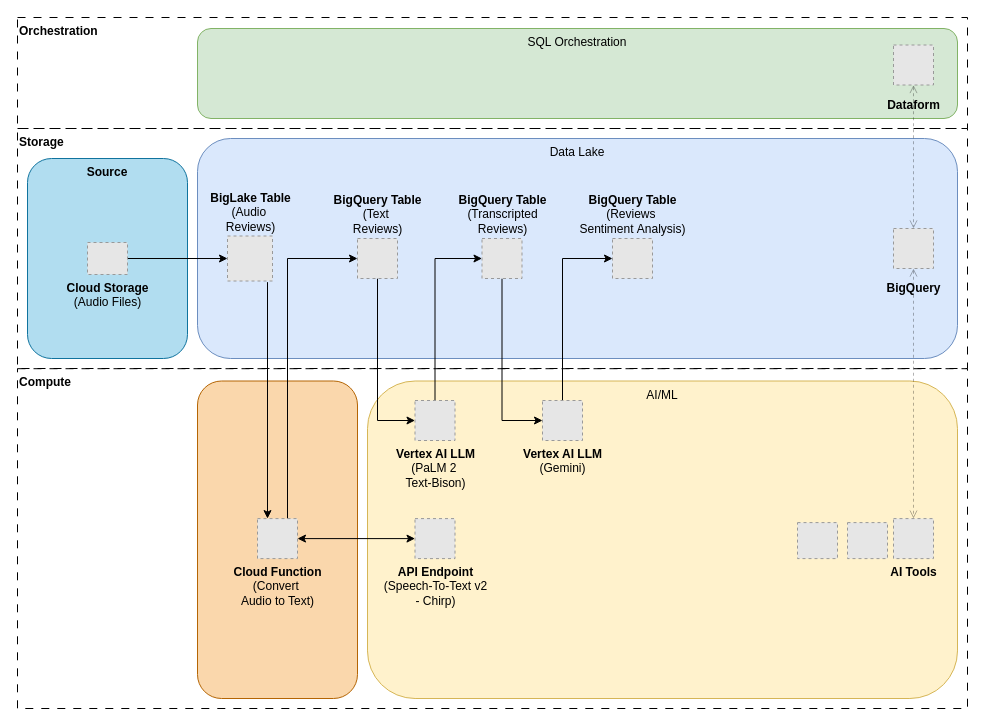
Earlier version of the draw.io diagram resources/gcd.drawio (edgarsalves/gcd-l24). Source tidied: cells renumbered, new cells numbered last; positions are measured from the earlier drawing's top-left corner, leaving out a move shared by most shapes. Both pictures are drawn from the tidied source at 100%, with x=0, y=0 at pixel (17, 17). Pictures stored in the file or linked from it are replaced by grey dashed boxes.
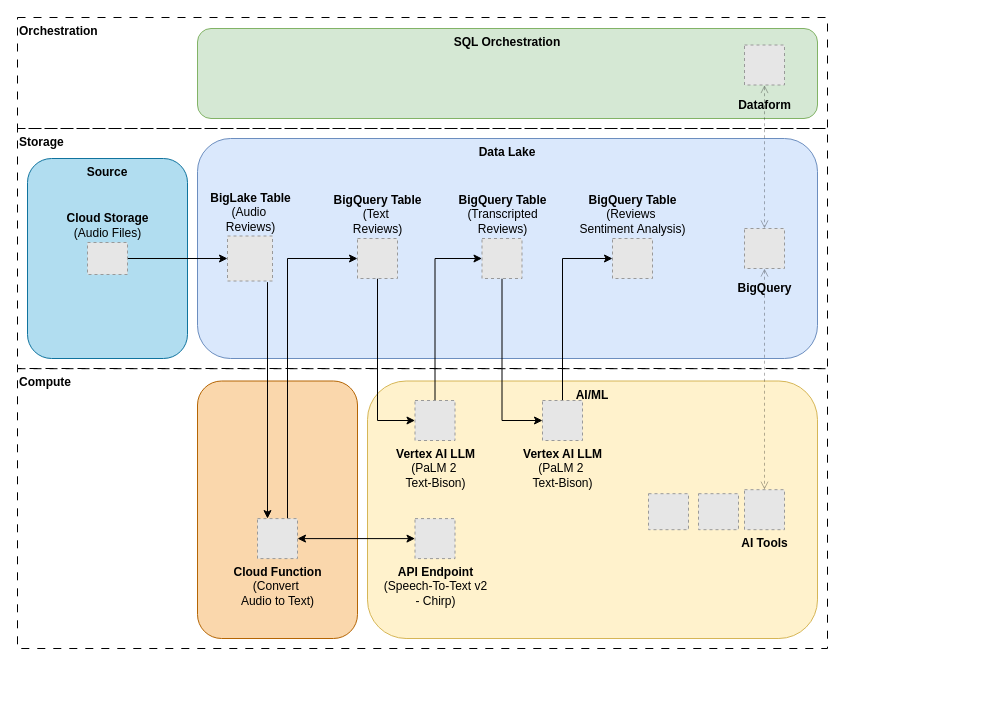
Above is the later version.

Commit message:
Update architecture diagram

What changed in the source:
```diff
@@
     <mxCell id="2" value="&lt;b&gt;Orchestration&lt;/b&gt;" style="rounded=0;whiteSpace=wrap;html=1;fillColor=none;verticalAlign=top;align=left;dashed=1;dashPattern=8 8;" parent="1" vertex="1">
-      <mxGeometry width="950" height="111" as="geometry" />
+      <mxGeometry width="810" height="111" as="geometry" />
     </mxCell>
     <mxCell id="3" value="&lt;b&gt;Storage&lt;/b&gt;" style="rounded=0;whiteSpace=wrap;html=1;fillColor=none;verticalAlign=top;align=left;dashed=1;dashPattern=8 8;" parent="1" vertex="1">
-      <mxGeometry y="111" width="950" height="240" as="geometry" />
+      <mxGeometry y="111" width="810" height="240" as="geometry" />
     </mxCell>
     <mxCell id="4" value="&lt;b&gt;Compute&lt;/b&gt;" style="rounded=0;whiteSpace=wrap;html=1;fillColor=none;verticalAlign=top;align=left;dashed=1;dashPattern=8 8;glass=0;" parent="1" vertex="1">
-      <mxGeometry y="351.2" width="950" height="339.8" as="geometry" />
+      <mxGeometry y="351.2" width="810" height="279.8" as="geometry" />
     </mxCell>
-    <mxCell id="5" value="AI/ML" style="rounded=1;whiteSpace=wrap;html=1;verticalAlign=top;align=center;fillColor=#fff2cc;strokeColor=#d6b656;" parent="1" vertex="1">
-      <mxGeometry x="350" y="363.5" width="590" height="317.5" as="geometry" />
+    <mxCell id="5" value="&lt;b&gt;AI/ML&lt;/b&gt;" style="rounded=1;whiteSpace=wrap;html=1;verticalAlign=top;align=center;fillColor=#fff2cc;strokeColor=#d6b656;" parent="1" vertex="1">
+      <mxGeometry x="350" y="363.5" width="450" height="257.5" as="geometry" />
     </mxCell>
@@
-    <mxCell id="7" value="SQL Orchestration" style="whiteSpace=wrap;html=1;align=center;glass=0;fillColor=#d5e8d4;strokeColor=#82b366;verticalAlign=top;rounded=1;" parent="1" vertex="1">
-      <mxGeometry x="180" y="11" width="760" height="90" as="geometry" />
+    <mxCell id="7" value="&lt;b&gt;SQL Orchestration&lt;/b&gt;" style="whiteSpace=wrap;html=1;align=center;glass=0;fillColor=#d5e8d4;strokeColor=#82b366;verticalAlign=top;rounded=1;" parent="1" vertex="1">
+      <mxGeometry x="180" y="11" width="620" height="90" as="geometry" />
     </mxCell>
-    <mxCell id="8" value="Data Lake" style="whiteSpace=wrap;html=1;verticalAlign=top;align=center;fillColor=#dae8fc;strokeColor=#6c8ebf;rounded=1;" parent="1" vertex="1">
-      <mxGeometry x="180" y="121" width="760" height="220" as="geometry" />
+    <mxCell id="8" value="&lt;b&gt;Data Lake&lt;/b&gt;" style="whiteSpace=wrap;html=1;verticalAlign=top;align=center;fillColor=#dae8fc;strokeColor=#6c8ebf;rounded=1;" parent="1" vertex="1">
+      <mxGeometry x="180" y="121" width="620" height="220" as="geometry" />
     </mxCell>
@@
     <mxCell id="10" value="&lt;span&gt;BigQuery&lt;/span&gt;" style="fillColor=#E6E6E6;strokeColor=#999999;dashed=1;html=1;verticalLabelPosition=bottom;labelBackgroundColor=none;verticalAlign=middle;fontStyle=1;" parent="1" vertex="1">
-      <mxGeometry x="876" y="211" width="40" height="40" as="geometry" />
+      <mxGeometry x="727" y="211" width="40" height="40" as="geometry" />
     </mxCell>
@@
     <mxCell id="12" value="Dataform" style="fillColor=#E6E6E6;strokeColor=#999999;dashed=1;verticalLabelPosition=bottom;verticalAlign=middle;fontStyle=1;labelPosition=center;align=center;html=1;" parent="1" vertex="1">
-      <mxGeometry x="876" y="27.5" width="40" height="40" as="geometry" />
+      <mxGeometry x="727" y="27.5" width="40" height="40" as="geometry" />
     </mxCell>
@@
-    <mxCell id="14" value="&lt;b&gt;Cloud Storage&lt;/b&gt;&lt;div&gt;(Audio Files)&lt;/div&gt;" style="fillColor=#E6E6E6;strokeColor=#999999;dashed=1;html=1;verticalLabelPosition=bottom;labelBackgroundColor=none;verticalAlign=top;" parent="1" vertex="1">
+    <mxCell id="14" value="&lt;b&gt;Cloud Storage&lt;/b&gt;&lt;div&gt;(Audio Files)&lt;/div&gt;" style="fillColor=#E6E6E6;strokeColor=#999999;dashed=1;html=1;verticalLabelPosition=top;labelBackgroundColor=none;verticalAlign=bottom;labelPosition=center;align=center;" parent="1" vertex="1">
       <mxGeometry x="70" y="225" width="40" height="32" as="geometry" />
     </mxCell>
     <mxCell id="15" style="rounded=1;whiteSpace=wrap;html=1;verticalAlign=top;align=left;fillColor=#fad7ac;strokeColor=#b46504;" parent="1" vertex="1">
-      <mxGeometry x="180" y="363.5" width="160" height="317.5" as="geometry" />
+      <mxGeometry x="180" y="363.5" width="160" height="257.5" as="geometry" />
     </mxCell>
@@
-    <mxCell id="28" value="&lt;b&gt;Vertex AI LLM&lt;/b&gt;&lt;br&gt;(Gemini)" style="fillColor=#E6E6E6;strokeColor=#999999;dashed=1;verticalLabelPosition=bottom;verticalAlign=top;html=1;" parent="1" vertex="1">
+    <mxCell id="28" value="&lt;b&gt;Vertex AI LLM&lt;/b&gt;&lt;br&gt;(PaLM 2&amp;nbsp;&lt;div&gt;Text-Bison)&lt;/div&gt;" style="fillColor=#E6E6E6;strokeColor=#999999;dashed=1;verticalLabelPosition=bottom;verticalAlign=top;html=1;" parent="1" vertex="1">
       <mxGeometry x="525" y="383" width="40" height="40" as="geometry" />
     </mxCell>
@@
     <mxCell id="31" value="&lt;b&gt;AI Tools&lt;/b&gt;" style="fillColor=#E6E6E6;strokeColor=#999999;dashed=1;verticalLabelPosition=bottom;verticalAlign=top;html=1;" parent="1" vertex="1">
-      <mxGeometry x="876" y="501.1" width="40" height="40" as="geometry" />
+      <mxGeometry x="727" y="472.2" width="40" height="40" as="geometry" />
     </mxCell>
     <mxCell id="32" style="fillColor=#E6E6E6;strokeColor=#999999;dashed=1;html=1;verticalLabelPosition=bottom;labelBackgroundColor=#ffffff;verticalAlign=top;" parent="1" vertex="1">
-      <mxGeometry x="830" y="505.1" width="40" height="36" as="geometry" />
+      <mxGeometry x="681" y="476.2" width="40" height="36" as="geometry" />
     </mxCell>
     <mxCell id="33" style="fillColor=#E6E6E6;strokeColor=#999999;dashed=1;html=1;verticalLabelPosition=bottom;labelBackgroundColor=#ffffff;verticalAlign=top;" parent="1" vertex="1">
-      <mxGeometry x="780" y="505.1" width="40" height="36" as="geometry" />
+      <mxGeometry x="631" y="476.2" width="40" height="36" as="geometry" />
     </mxCell>
```
